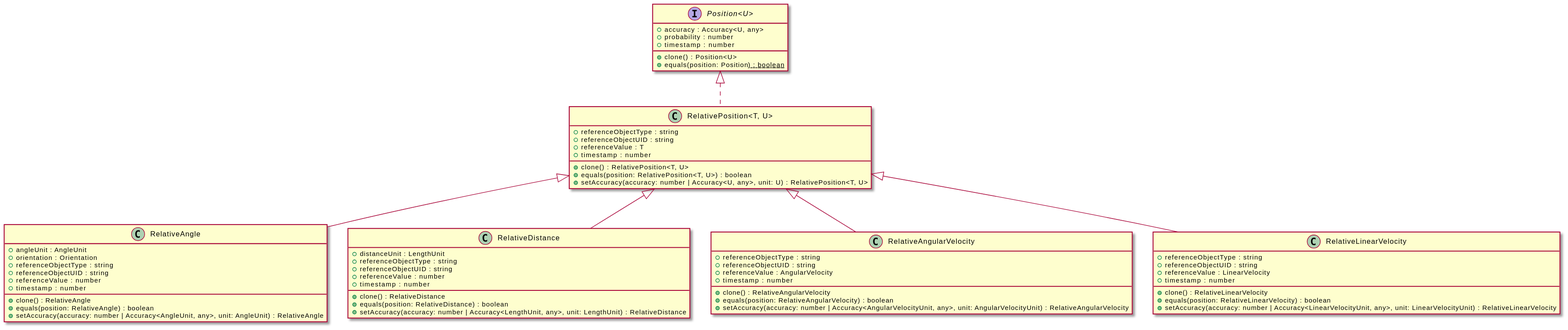
This is assets/RelativePosition-umlClassDiagram-3424.svg from OpenHPS/openhps-core, a PlantUML export, as it was before one commit. Source of this version:
```plantuml
@startuml
skinparam BackgroundColor transparent
hide empty methods
hide empty fields
class "RelativePosition<T, U>" {
    +referenceObjectType : string
    +referenceObjectUID : string
    +referenceValue : T
    +timestamp : number
    +clone() : RelativePosition<T, U>
    +equals(position: RelativePosition<T, U>) : boolean
    +setAccuracy(accuracy: number | Accuracy<U, any>, unit: U) : RelativePosition<T, U>
}
interface "Position<U>" {
    +accuracy : Accuracy<U, any>
    +probability : number
    +timestamp : number
    +clone() : Position<U>
    +equals(position: Position<U>) : boolean
}
"Position<U>" <|.. "RelativePosition<T, U>"
class "RelativeAngle" {
    +angleUnit : AngleUnit
    +orientation : Orientation
    +referenceObjectType : string
    +referenceObjectUID : string
    +referenceValue : number
    +timestamp : number
    +clone() : RelativeAngle
    +equals(position: RelativeAngle) : boolean
    +setAccuracy(accuracy: number | Accuracy<AngleUnit, any>, unit: AngleUnit) : RelativeAngle
}
"RelativePosition<T, U>" <|-- "RelativeAngle"
class "RelativeDistance" {
    +distanceUnit : LengthUnit
    +referenceObjectType : string
    +referenceObjectUID : string
    +referenceValue : number
    +timestamp : number
    +clone() : RelativeDistance
    +equals(position: RelativeDistance) : boolean
    +setAccuracy(accuracy: number | Accuracy<LengthUnit, any>, unit: LengthUnit) : RelativeDistance
}
"RelativePosition<T, U>" <|-- "RelativeDistance"
class "RelativeAngularVelocity" {
    +referenceObjectType : string
    +referenceObjectUID : string
    +referenceValue : AngularVelocity
    +timestamp : number
    +clone() : RelativeAngularVelocity
    +equals(position: RelativeAngularVelocity) : boolean
    +setAccuracy(accuracy: number | Accuracy<AngularVelocityUnit, any>, unit: AngularVelocityUnit) : RelativeAngularVelocity
}
"RelativePosition<T, U>" <|-- "RelativeAngularVelocity"
class "RelativeLinearVelocity" {
    +referenceObjectType : string
    +referenceObjectUID : string
    +referenceValue : LinearVelocity
    +timestamp : number
    +clone() : RelativeLinearVelocity
    +equals(position: RelativeLinearVelocity) : boolean
    +setAccuracy(accuracy: number | Accuracy<LinearVelocityUnit, any>, unit: LinearVelocityUnit) : RelativeLinearVelocity
}
"RelativePosition<T, U>" <|-- "RelativeLinearVelocity"
@enduml
```
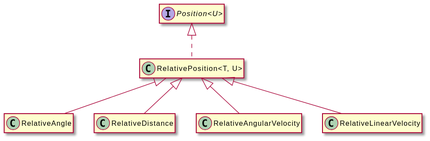
The same file after the commit.

Diff of the diagram source:
```diff
@@ -3,63 +3,20 @@
 hide empty methods
 hide empty fields
 class "RelativePosition<T, U>" {
-    +referenceObjectType : string
-    +referenceObjectUID : string
-    +referenceValue : T
-    +timestamp : number
-    +clone() : RelativePosition<T, U>
-    +equals(position: RelativePosition<T, U>) : boolean
-    +setAccuracy(accuracy: number | Accuracy<U, any>, unit: U) : RelativePosition<T, U>
 }
 interface "Position<U>" {
-    +accuracy : Accuracy<U, any>
-    +probability : number
-    +timestamp : number
-    +clone() : Position<U>
-    +equals(position: Position<U>) : boolean
 }
 "Position<U>" <|.. "RelativePosition<T, U>"
 class "RelativeAngle" {
-    +angleUnit : AngleUnit
-    +orientation : Orientation
-    +referenceObjectType : string
-    +referenceObjectUID : string
-    +referenceValue : number
-    +timestamp : number
-    +clone() : RelativeAngle
-    +equals(position: RelativeAngle) : boolean
-    +setAccuracy(accuracy: number | Accuracy<AngleUnit, any>, unit: AngleUnit) : RelativeAngle
 }
 "RelativePosition<T, U>" <|-- "RelativeAngle"
 class "RelativeDistance" {
-    +distanceUnit : LengthUnit
-    +referenceObjectType : string
-    +referenceObjectUID : string
-    +referenceValue : number
-    +timestamp : number
-    +clone() : RelativeDistance
-    +equals(position: RelativeDistance) : boolean
-    +setAccuracy(accuracy: number | Accuracy<LengthUnit, any>, unit: LengthUnit) : RelativeDistance
 }
 "RelativePosition<T, U>" <|-- "RelativeDistance"
 class "RelativeAngularVelocity" {
-    +referenceObjectType : string
-    +referenceObjectUID : string
-    +referenceValue : AngularVelocity
-    +timestamp : number
-    +clone() : RelativeAngularVelocity
-    +equals(position: RelativeAngularVelocity) : boolean
-    +setAccuracy(accuracy: number | Accuracy<AngularVelocityUnit, any>, unit: AngularVelocityUnit) : RelativeAngularVelocity
 }
 "RelativePosition<T, U>" <|-- "RelativeAngularVelocity"
 class "RelativeLinearVelocity" {
-    +referenceObjectType : string
-    +referenceObjectUID : string
-    +referenceValue : LinearVelocity
-    +timestamp : number
-    +clone() : RelativeLinearVelocity
-    +equals(position: RelativeLinearVelocity) : boolean
-    +setAccuracy(accuracy: number | Accuracy<LinearVelocityUnit, any>, unit: LinearVelocityUnit) : RelativeLinearVelocity
 }
 "RelativePosition<T, U>" <|-- "RelativeLinearVelocity"
 @enduml
```
